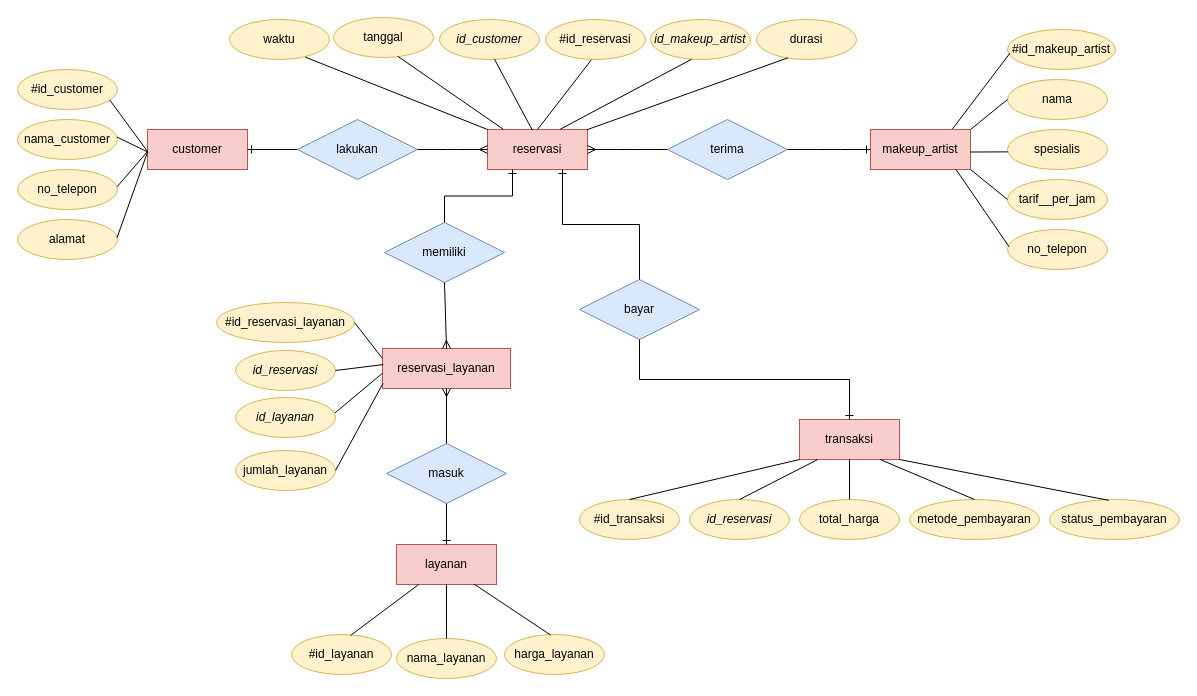
This is MinPro 1.drawio from k149191/Konsep-Basis-Data, a draw.io file, before an edit. Source tidied: cells renumbered, new cells numbered last; positions are measured from the earlier drawing's top-left corner, leaving out a move shared by most shapes. Both pictures are drawn from the tidied source at 100%, with x=0, y=0 at pixel (17, 17).
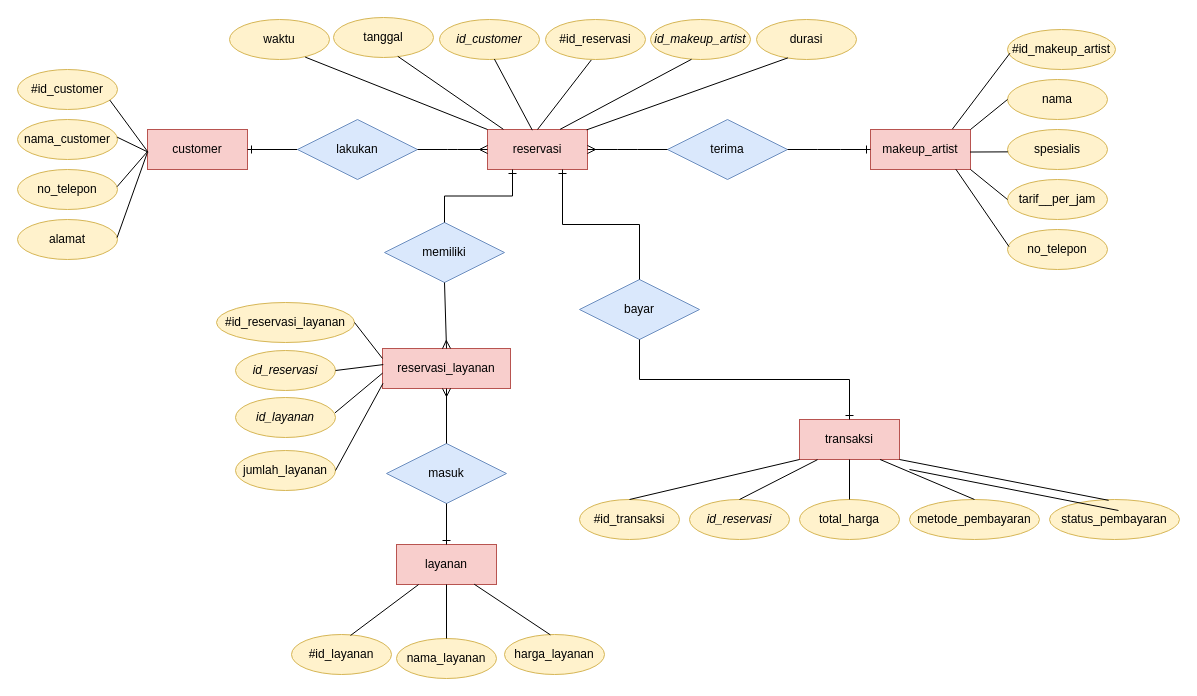
The same diagram, later.

Change to the diagram source:
```diff
@@
+    <mxCell id="77" style="endArrow=none;html=1;rounded=0;exitX=0.455;exitY=0.021;exitDx=0;exitDy=0;entryX=1;entryY=1;entryDx=0;entryDy=0;exitPerimeter=0;" parent="1" edge="1">
+      <mxGeometry relative="1" as="geometry">
+        <mxPoint x="1101" y="493" as="sourcePoint" />
+        <mxPoint x="892" y="452" as="targetPoint" />
+      </mxGeometry>
+    </mxCell>
```
